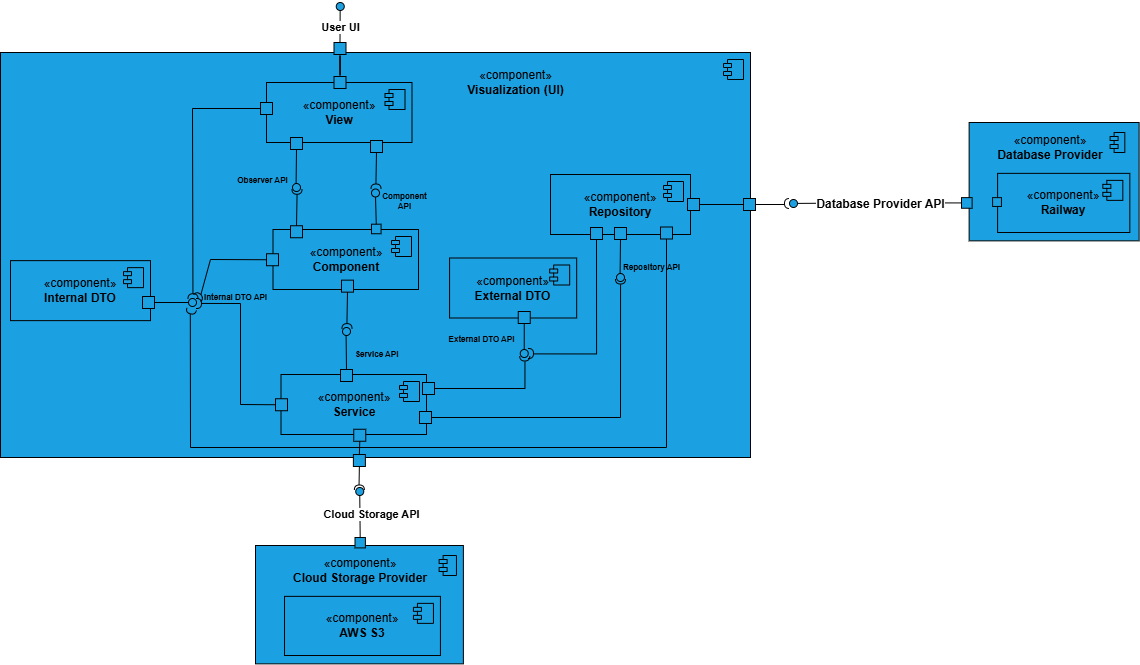
Earlier version of the draw.io export frontmatter/assets/diagrams/Logical View/Logical View Lv3.drawio.png (matilde-varela/ISEP-PESTI-Report-2025). Source tidied: cells renumbered, new cells last; positions are measured from the earlier drawing's top-left corner, leaving out a move shared by most shapes.
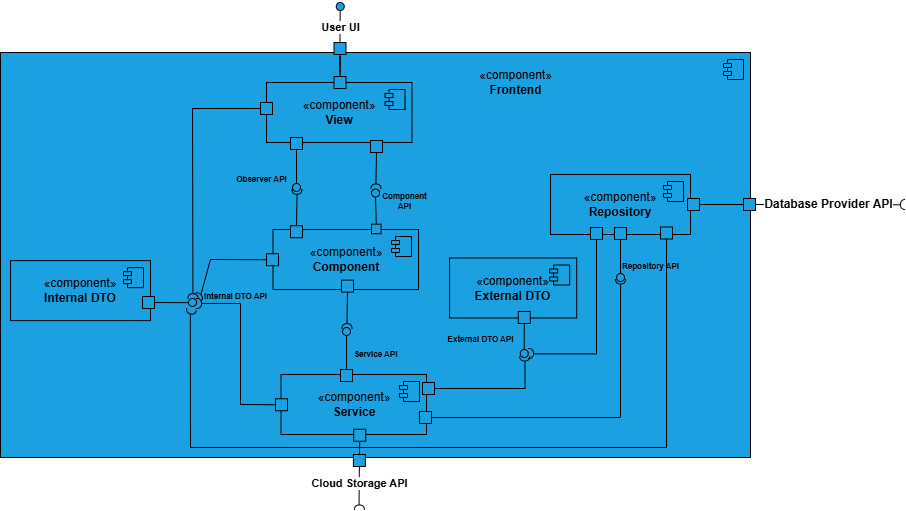
The same diagram one commit later.

What changed in the source:
```diff
@@ -10,8 +10,8 @@
         <mxPoint x="-27" y="7" as="offset" />
       </mxGeometry>
     </mxCell>
-    <mxCell id="4" value="«component»&lt;br&gt;&lt;b&gt;Visualization (UI)&lt;/b&gt;" style="text;align=center;verticalAlign=middle;strokeColor=none;fillColor=none;html=1;" parent="1" vertex="1">
-      <mxGeometry x="454.5" y="60" width="120" height="40" as="geometry" />
+    <mxCell id="4" value="«component»&lt;br&gt;&lt;b style=&quot;text-wrap-mode: wrap;&quot;&gt;Frontend&lt;/b&gt;" style="text;align=center;verticalAlign=middle;strokeColor=none;fillColor=none;html=1;" parent="1" vertex="1">
+      <mxGeometry x="464.5" y="60" width="100" height="40" as="geometry" />
     </mxCell>
     <mxCell id="5" style="fontStyle=0;labelPosition=right;verticalLabelPosition=middle;align=left;verticalAlign=middle;spacingLeft=2;direction=south;fillColor=#1ba1e2;fontColor=#ffffff;strokeColor=light-dark(#000000, #51afe7);" parent="1" vertex="1">
       <mxGeometry x="333.5" y="40" width="12" height="12" as="geometry" />
@@ -311,19 +311,8 @@
       <mxGeometry x="743" y="196" width="12" height="12" as="geometry" />
     </mxCell>
     <mxCell id="90" style="shape=requiredInterface;html=1;fontSize=11;align=center;fillColor=none;points=[];verticalAlign=bottom;labelPosition=center;verticalLabelPosition=top;flipH=1;rotation=0;" parent="1" vertex="1">
-      <mxGeometry x="784" y="196" width="5" height="10" as="geometry" />
+      <mxGeometry x="900" y="197" width="5" height="10" as="geometry" />
     </mxCell>
-    <mxCell id="91" style="endArrow=none;html=1;rounded=0;align=center;verticalAlign=top;endFill=0;labelBackgroundColor=none;endSize=2;exitX=0;exitY=0.5;exitDx=0;exitDy=0;" parent="1" edge="1" source="117" target="93">
-      <mxGeometry relative="1" as="geometry" />
-    </mxCell>
-    <mxCell id="92" value="&lt;b&gt;Cloud Storage API&lt;/b&gt;" style="edgeLabel;html=1;align=center;verticalAlign=middle;" parent="91" vertex="1">
-      <mxGeometry x="0.14" relative="1" as="geometry">
-        <mxPoint x="11" as="offset" />
-      </mxGeometry>
-    </mxCell>
-    <mxCell id="93" style="ellipse;html=1;fontSize=11;align=center;fillColor=#1ba1e2;points=[];verticalAlign=bottom;labelPosition=center;verticalLabelPosition=top;flipH=1;fontColor=#ffffff;strokeColor=default;" parent="1" vertex="1">
-      <mxGeometry x="355.2" y="485" width="8" height="8" as="geometry" />
-    </mxCell>
     <mxCell id="94" style="group;fillColor=none;fontColor=light-dark(#000000, #121212);strokeColor=none;" parent="1" vertex="1">
       <mxGeometry x="440" y="255.5" width="167.5" height="64.5" as="geometry" />
     </mxCell>
@@ -374,82 +363,23 @@
       <mxGeometry x="352.9" y="452" width="12" height="12" as="geometry" />
     </mxCell>
     <mxCell id="109" style="shape=requiredInterface;html=1;fontSize=11;align=center;fillColor=none;points=[];verticalAlign=bottom;labelPosition=center;verticalLabelPosition=top;flipH=1;rotation=90;" parent="1" vertex="1">
-      <mxGeometry x="356.4" y="480" width="5" height="10" as="geometry" />
+      <mxGeometry x="356.4" y="500" width="5" height="10" as="geometry" />
     </mxCell>
     <mxCell id="110" style="edgeStyle=orthogonalEdgeStyle;rounded=0;jettySize=auto;html=1;exitX=0.5;exitY=0;exitDx=0;exitDy=0;entryX=1.008;entryY=0.533;entryDx=0;entryDy=0;entryPerimeter=0;endArrow=none;startFill=0;" parent="1" edge="1" source="108" target="109">
       <mxGeometry relative="1" as="geometry" />
     </mxCell>
-    <mxCell id="111" style="group;" parent="1" vertex="1">
-      <mxGeometry x="255" y="535" width="207.9" height="126.4" as="geometry" />
-    </mxCell>
-    <mxCell id="112" style="html=1;whiteSpace=wrap;fillColor=#1ba1e2;fontColor=#ffffff;strokeColor=light-dark(#000000, #51afe7);" parent="111" vertex="1">
-      <mxGeometry y="8" width="207.9" height="118.4" as="geometry" />
-    </mxCell>
-    <mxCell id="113" style="shape=module;jettyWidth=8;jettyHeight=4;fillColor=#1ba1e2;fontColor=#ffffff;strokeColor=#000000;" parent="111" vertex="1">
-      <mxGeometry x="183.6" y="18" width="17.3" height="20" as="geometry" />
-    </mxCell>
-    <mxCell id="114" style="group;" parent="111" vertex="1">
-      <mxGeometry x="23.8" y="58.9" width="161.1" height="59.1" as="geometry" />
-    </mxCell>
-    <mxCell id="115" value="«component»&lt;br&gt;&lt;b&gt;AWS S3&lt;/b&gt;" style="html=1;whiteSpace=wrap;fillColor=#1ba1e2;fontColor=light-dark(#000000, #121212);strokeColor=light-dark(#000000, #51afe7);" parent="114" vertex="1">
-      <mxGeometry x="5.2" width="155.9" height="59.1" as="geometry" />
-    </mxCell>
-    <mxCell id="116" style="shape=module;jettyWidth=8;jettyHeight=4;fillColor=#1ba1e2;fontColor=light-dark(#000000, #121212);strokeColor=light-dark(#000000, #51afe7);" parent="115" vertex="1">
-      <mxGeometry x="1" width="20" height="20" relative="1" as="geometry">
-        <mxPoint x="-27" y="7" as="offset" />
-      </mxGeometry>
-    </mxCell>
-    <mxCell id="117" style="fontStyle=0;labelPosition=right;verticalLabelPosition=middle;align=left;verticalAlign=middle;spacingLeft=2;direction=south;fillColor=#1ba1e2;fontColor=#ffffff;strokeColor=light-dark(#000000, #51afe7);" parent="111" vertex="1">
-      <mxGeometry x="99.5" width="10.4" height="10.4" as="geometry" />
-    </mxCell>
-    <mxCell id="118" value="&lt;span style=&quot;text-wrap-mode: nowrap;&quot;&gt;«component»&lt;/span&gt;&lt;br style=&quot;text-wrap-mode: nowrap;&quot;&gt;&lt;b style=&quot;text-wrap-mode: nowrap;&quot;&gt;Cloud Storage Provider&lt;/b&gt;" style="text;html=1;align=center;verticalAlign=middle;whiteSpace=wrap;rounded=0;" parent="111" vertex="1">
-      <mxGeometry x="74.7" y="18" width="60" height="30" as="geometry" />
-    </mxCell>
-    <mxCell id="119" style="ellipse;html=1;fontSize=11;align=center;fillColor=#1ba1e2;points=[];verticalAlign=bottom;labelPosition=center;verticalLabelPosition=top;flipH=1;rotation=-140;fontColor=#ffffff;strokeColor=default;perimeterSpacing=0;" parent="1" vertex="1">
-      <mxGeometry x="789" y="197" width="8" height="8" as="geometry" />
-    </mxCell>
-    <mxCell id="120" style="edgeStyle=orthogonalEdgeStyle;rounded=0;jettySize=auto;html=1;exitX=0.5;exitY=1;exitDx=0;exitDy=0;entryX=0.5;entryY=0;entryDx=0;entryDy=0;endArrow=none;startFill=0;" parent="1" edge="1" source="128" target="131">
-      <mxGeometry relative="1" as="geometry" />
-    </mxCell>
-    <mxCell id="121" style="edgeStyle=orthogonalEdgeStyle;rounded=0;jettySize=auto;html=1;exitX=0.5;exitY=1;exitDx=0;exitDy=0;entryX=0.917;entryY=0.867;entryDx=0;entryDy=0;entryPerimeter=0;endArrow=none;startFill=0;" parent="1" edge="1" source="131" target="119">
-      <mxGeometry relative="1" as="geometry" />
-    </mxCell>
+    <mxCell id="92" value="&lt;b&gt;Cloud Storage API&lt;/b&gt;" style="edgeLabel;html=1;align=center;verticalAlign=middle;" parent="110" vertex="1">
+      <mxGeometry x="0.02" relative="1" as="geometry">
+        <mxPoint y="-3" as="offset" />
+      </mxGeometry>
+    </mxCell>
+    <mxCell id="132" style="edgeStyle=orthogonalEdgeStyle;rounded=0;jettySize=auto;html=1;exitX=0;exitY=0.5;exitDx=0;exitDy=0;entryX=0.96;entryY=0.533;entryDx=0;entryDy=0;entryPerimeter=0;endArrow=none;startFill=0;" parent="1" edge="1" source="89" target="90">
+      <mxGeometry relative="1" as="geometry" />
+    </mxCell>
-    <mxCell id="122" value="&lt;b style=&quot;font-size: 12px;&quot;&gt;Database Provider API&lt;/b&gt;" style="edgeLabel;html=1;align=center;verticalAlign=middle;labelBackgroundColor=default;" parent="121" vertex="1">
-      <mxGeometry x="0.45" y="-1" relative="1" as="geometry">
-        <mxPoint x="38" y="1" as="offset" />
+    <mxCell id="122" value="&lt;b style=&quot;font-size: 12px;&quot;&gt;Database Provider API&lt;/b&gt;" style="edgeLabel;html=1;align=center;verticalAlign=middle;" parent="132" vertex="1">
+      <mxGeometry x="-0.62" y="2" relative="1" as="geometry">
+        <mxPoint x="45" y="2" as="offset" />
       </mxGeometry>
     </mxCell>
-    <mxCell id="123" style="group;" parent="1" vertex="1">
-      <mxGeometry x="940" y="110" width="191" height="128.4" as="geometry" />
-    </mxCell>
-    <mxCell id="124" style="html=1;whiteSpace=wrap;fillColor=#1ba1e2;fontColor=#ffffff;strokeColor=light-dark(#000000, #51afe7);" parent="123" vertex="1">
-      <mxGeometry x="28.6" y="10" width="170" height="118.4" as="geometry" />
-    </mxCell>
-    <mxCell id="125" style="group;" parent="123" vertex="1">
-      <mxGeometry x="49.6" y="53.9" width="132.2" height="66.1" as="geometry" />
-    </mxCell>
-    <mxCell id="126" value="«component»&lt;br&gt;&lt;b&gt;Railway&lt;/b&gt;" style="html=1;whiteSpace=wrap;fillColor=#1ba1e2;fontColor=light-dark(#000000, #121212);strokeColor=light-dark(#000000, #51afe7);" parent="125" vertex="1">
-      <mxGeometry x="7.5" y="7" width="132.2" height="59.1" as="geometry" />
-    </mxCell>
-    <mxCell id="127" style="shape=module;jettyWidth=8;jettyHeight=4;fillColor=#1ba1e2;fontColor=light-dark(#000000, #121212);strokeColor=light-dark(#000000, #51afe7);" parent="126" vertex="1">
-      <mxGeometry x="1" width="20" height="20" relative="1" as="geometry">
-        <mxPoint x="-27" y="7" as="offset" />
-      </mxGeometry>
-    </mxCell>
-    <mxCell id="128" style="fontStyle=0;labelPosition=right;verticalLabelPosition=middle;align=left;verticalAlign=middle;spacingLeft=2;direction=south;fillColor=#1ba1e2;fontColor=light-dark(#000000, #121212);strokeColor=#030303;" parent="125" vertex="1">
-      <mxGeometry x="2.5" y="31.3" width="8.8" height="8.8" as="geometry" />
-    </mxCell>
-    <mxCell id="129" style="shape=module;jettyWidth=8;jettyHeight=4;fillColor=#1ba1e2;fontColor=#ffffff;strokeColor=#000000;" parent="123" vertex="1">
-      <mxGeometry x="169.6" y="20" width="14.7" height="20" as="geometry" />
-    </mxCell>
-    <mxCell id="130" value="&lt;span style=&quot;text-wrap-mode: nowrap;&quot;&gt;«component»&lt;/span&gt;&lt;br style=&quot;text-wrap-mode: nowrap;&quot;&gt;&lt;b style=&quot;text-wrap-mode: nowrap;&quot;&gt;Database Provider&lt;/b&gt;" style="text;html=1;align=center;verticalAlign=middle;whiteSpace=wrap;rounded=0;" parent="123" vertex="1">
-      <mxGeometry x="79.6" y="20" width="60" height="30" as="geometry" />
-    </mxCell>
-    <mxCell id="131" style="fontStyle=0;labelPosition=right;verticalLabelPosition=middle;align=left;verticalAlign=middle;spacingLeft=2;direction=south;fillColor=#1ba1e2;fontColor=#ffffff;strokeColor=light-dark(#000000, #51afe7);" parent="1" vertex="1">
-      <mxGeometry x="961" y="195.1" width="10.6" height="10.6" as="geometry" />
-    </mxCell>
-    <mxCell id="132" style="edgeStyle=orthogonalEdgeStyle;rounded=0;jettySize=auto;html=1;exitX=0;exitY=0.5;exitDx=0;exitDy=0;entryX=0.96;entryY=0.533;entryDx=0;entryDy=0;entryPerimeter=0;endArrow=none;startFill=0;" parent="1" edge="1" source="89" target="90">
-      <mxGeometry relative="1" as="geometry" />
-    </mxCell>
   </root>
 </mxGraphModel>
```
